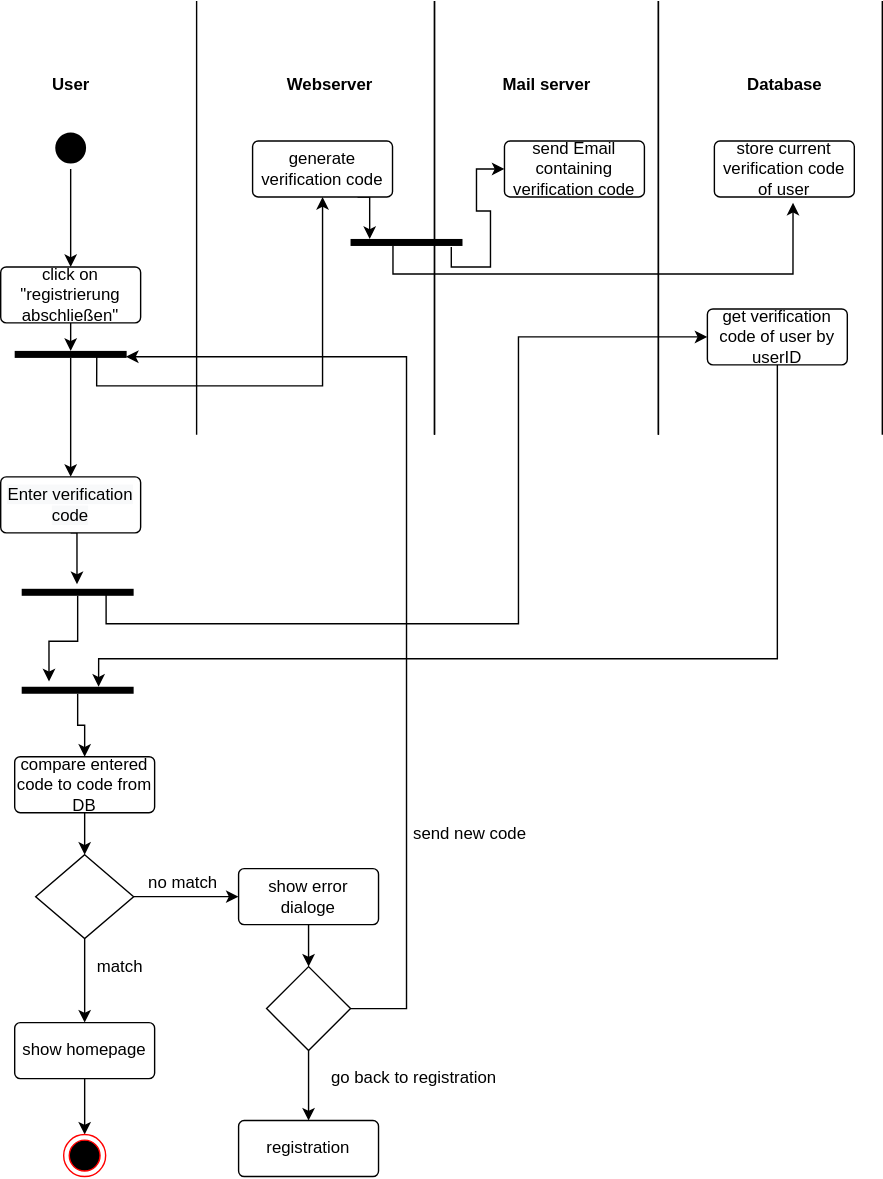
Above: ActivityDiagrams/verifyEmail.svg in DHBW-Experts/documents (draw.io), before the change. Source tidied: cells renumbered, new cells last; positions are measured from the earlier drawing's top-left corner, leaving out a move shared by most shapes.
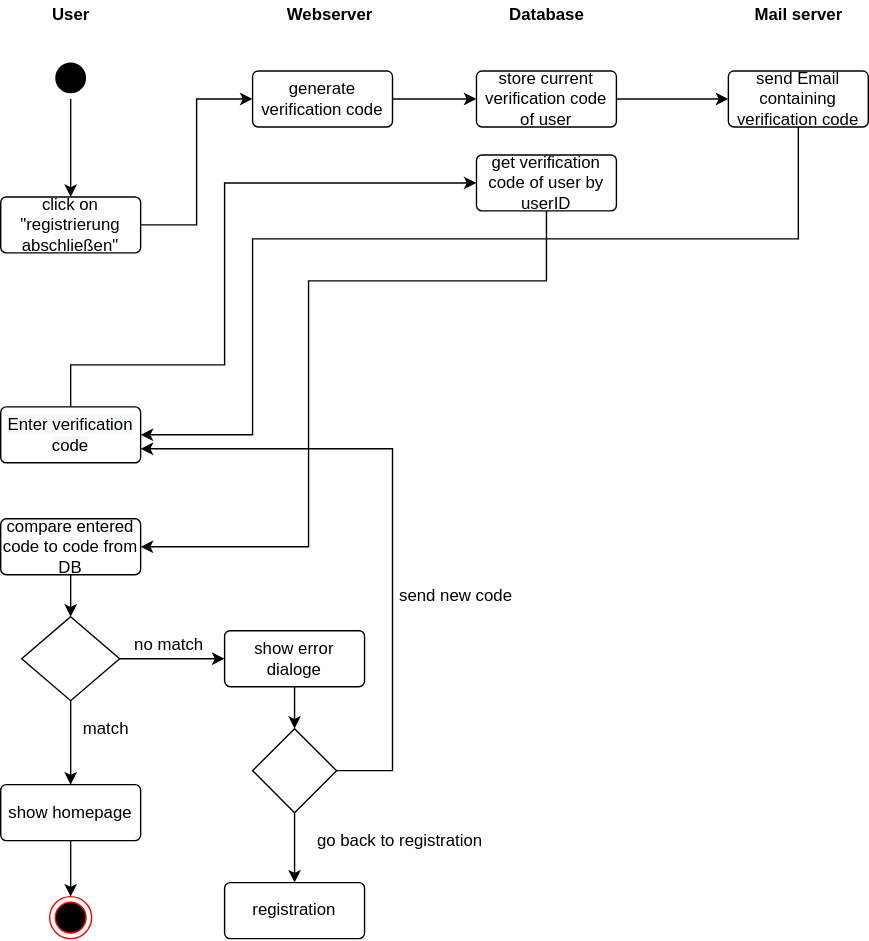
Later version of the same file.

Change to the diagram source:
```diff
@@ -6,10 +6,10 @@
       <mxGeometry x="30" y="50" width="40" height="20" as="geometry" />
     </mxCell>
     <mxCell id="3" value="&lt;b&gt;Mail server&lt;/b&gt;" style="text;html=1;align=center;verticalAlign=middle;strokeColor=none;fillColor=none;" parent="1" vertex="1">
-      <mxGeometry x="350" y="50" width="80" height="20" as="geometry" />
+      <mxGeometry x="530" y="50" width="80" height="20" as="geometry" />
     </mxCell>
     <mxCell id="4" value="&lt;b&gt;Database&lt;/b&gt;" style="text;html=1;align=center;verticalAlign=middle;strokeColor=none;fillColor=none;" parent="1" vertex="1">
-      <mxGeometry x="525" y="50" width="70" height="20" as="geometry" />
+      <mxGeometry x="355" y="50" width="70" height="20" as="geometry" />
     </mxCell>
     <mxCell id="5" style="edgeStyle=orthogonalEdgeStyle;rounded=0;jettySize=auto;html=1;" parent="1" edge="1" source="6" target="8">
       <mxGeometry relative="1" as="geometry" />
@@ -17,49 +17,59 @@
     <mxCell id="6" style="ellipse;html=1;shape=endState;fillColor=#000000;strokeColor=none;" parent="1" vertex="1">
       <mxGeometry x="35" y="90" width="30" height="30" as="geometry" />
     </mxCell>
-    <mxCell id="7" style="edgeStyle=orthogonalEdgeStyle;rounded=0;jettySize=auto;html=1;entryX=0.167;entryY=0.506;entryDx=0;entryDy=0;entryPerimeter=0;" parent="1" edge="1" source="8" target="39">
-      <mxGeometry relative="1" as="geometry" />
-    </mxCell>
+    <mxCell id="50" style="edgeStyle=orthogonalEdgeStyle;rounded=0;jettySize=auto;html=1;entryX=0;entryY=0.5;entryDx=0;entryDy=0;" parent="1" edge="1" source="8" target="32">
+      <mxGeometry relative="1" as="geometry" />
+    </mxCell>
     <mxCell id="8" value="click on &quot;registrierung abschließen&quot;" style="rounded=1;arcSize=10;whiteSpace=wrap;html=1;align=center;" parent="1" vertex="1">
       <mxGeometry y="190" width="100" height="40" as="geometry" />
     </mxCell>
+    <mxCell id="51" style="edgeStyle=orthogonalEdgeStyle;rounded=0;jettySize=auto;html=1;" parent="1" edge="1" source="9" target="13">
+      <mxGeometry relative="1" as="geometry">
+        <Array as="points">
+          <mxPoint x="570" y="220" />
+          <mxPoint x="180" y="220" />
+          <mxPoint x="180" y="360" />
+        </Array>
+      </mxGeometry>
+    </mxCell>
     <mxCell id="9" value="send Email containing verification code" style="rounded=1;arcSize=10;whiteSpace=wrap;html=1;align=center;" parent="1" vertex="1">
-      <mxGeometry x="360" y="100" width="100" height="40" as="geometry" />
+      <mxGeometry x="520" y="100" width="100" height="40" as="geometry" />
     </mxCell>
+    <mxCell id="52" style="edgeStyle=orthogonalEdgeStyle;rounded=0;jettySize=auto;html=1;" parent="1" edge="1" source="10" target="9">
+      <mxGeometry relative="1" as="geometry" />
+    </mxCell>
     <mxCell id="10" value="store current verification code of user" style="rounded=1;arcSize=10;whiteSpace=wrap;html=1;align=center;" parent="1" vertex="1">
-      <mxGeometry x="510" y="100" width="100" height="40" as="geometry" />
+      <mxGeometry x="340" y="100" width="100" height="40" as="geometry" />
     </mxCell>
-    <mxCell id="11" style="edgeStyle=orthogonalEdgeStyle;rounded=0;jettySize=auto;html=1;exitX=0.833;exitY=0.246;exitDx=0;exitDy=0;entryX=0;entryY=0.5;entryDx=0;entryDy=0;exitPerimeter=0;" parent="1" edge="1" source="41" target="15">
-      <mxGeometry relative="1" as="geometry">
-        <Array as="points">
-          <mxPoint x="75" y="445" />
-          <mxPoint x="370" y="445" />
-          <mxPoint x="370" y="240" />
-        </Array>
-      </mxGeometry>
-    </mxCell>
-    <mxCell id="12" style="edgeStyle=orthogonalEdgeStyle;rounded=0;jettySize=auto;html=1;exitX=0.5;exitY=1;exitDx=0;exitDy=0;entryX=-0.667;entryY=0.506;entryDx=0;entryDy=0;entryPerimeter=0;" parent="1" edge="1" source="13" target="41">
-      <mxGeometry relative="1" as="geometry" />
-    </mxCell>
+    <mxCell id="53" style="edgeStyle=orthogonalEdgeStyle;rounded=0;jettySize=auto;html=1;entryX=0;entryY=0.5;entryDx=0;entryDy=0;" parent="1" edge="1" source="13" target="15">
+      <mxGeometry relative="1" as="geometry">
+        <Array as="points">
+          <mxPoint x="50" y="310" />
+          <mxPoint x="160" y="310" />
+          <mxPoint x="160" y="180" />
+        </Array>
+      </mxGeometry>
+    </mxCell>
     <mxCell id="13" value="&#10;&#10;&lt;span style=&quot;color: rgb(0, 0, 0); font-family: helvetica; font-size: 12px; font-style: normal; font-weight: 400; letter-spacing: normal; text-align: center; text-indent: 0px; text-transform: none; word-spacing: 0px; background-color: rgb(248, 249, 250); display: inline; float: none;&quot;&gt;Enter verification code&lt;/span&gt;&#10;&#10;" style="rounded=1;arcSize=10;whiteSpace=wrap;html=1;align=center;" parent="1" vertex="1">
       <mxGeometry y="340" width="100" height="40" as="geometry" />
     </mxCell>
-    <mxCell id="14" style="edgeStyle=orthogonalEdgeStyle;rounded=0;jettySize=auto;html=1;exitX=0.5;exitY=1;exitDx=0;exitDy=0;entryX=0;entryY=0.313;entryDx=0;entryDy=0;entryPerimeter=0;" parent="1" edge="1" source="15" target="48">
-      <mxGeometry relative="1" as="geometry">
-        <Array as="points">
-          <mxPoint x="555" y="470" />
-          <mxPoint x="70" y="470" />
-        </Array>
-      </mxGeometry>
-    </mxCell>
+    <mxCell id="54" style="edgeStyle=orthogonalEdgeStyle;rounded=0;jettySize=auto;html=1;entryX=1;entryY=0.5;entryDx=0;entryDy=0;" parent="1" edge="1" source="15" target="17">
+      <mxGeometry relative="1" as="geometry">
+        <Array as="points">
+          <mxPoint x="390" y="250" />
+          <mxPoint x="220" y="250" />
+          <mxPoint x="220" y="440" />
+        </Array>
+      </mxGeometry>
+    </mxCell>
     <mxCell id="15" value="get verification code of user by userID" style="rounded=1;arcSize=10;whiteSpace=wrap;html=1;align=center;" parent="1" vertex="1">
-      <mxGeometry x="505" y="220" width="100" height="40" as="geometry" />
+      <mxGeometry x="340" y="160" width="100" height="40" as="geometry" />
     </mxCell>
     <mxCell id="16" style="edgeStyle=orthogonalEdgeStyle;rounded=0;jettySize=auto;html=1;entryX=0.5;entryY=0;entryDx=0;entryDy=0;" parent="1" edge="1" source="17" target="20">
       <mxGeometry relative="1" as="geometry" />
     </mxCell>
     <mxCell id="17" value="compare entered code to code from DB" style="rounded=1;arcSize=10;whiteSpace=wrap;html=1;align=center;" parent="1" vertex="1">
-      <mxGeometry x="10" y="540" width="100" height="40" as="geometry" />
+      <mxGeometry y="420" width="100" height="40" as="geometry" />
     </mxCell>
     <mxCell id="18" style="edgeStyle=orthogonalEdgeStyle;rounded=0;jettySize=auto;html=1;entryX=0.5;entryY=0;entryDx=0;entryDy=0;" parent="1" edge="1" source="20" target="22">
       <mxGeometry relative="1" as="geometry" />
@@ -68,107 +78,60 @@
       <mxGeometry relative="1" as="geometry" />
     </mxCell>
     <mxCell id="20" style="shape=rhombus;perimeter=rhombusPerimeter;whiteSpace=wrap;html=1;align=center;" parent="1" vertex="1">
-      <mxGeometry x="25" y="610" width="70" height="60" as="geometry" />
+      <mxGeometry x="15" y="490" width="70" height="60" as="geometry" />
     </mxCell>
     <mxCell id="21" style="edgeStyle=orthogonalEdgeStyle;rounded=0;jettySize=auto;html=1;entryX=0.5;entryY=0;entryDx=0;entryDy=0;" parent="1" edge="1" source="22" target="49">
       <mxGeometry relative="1" as="geometry" />
     </mxCell>
     <mxCell id="22" value="show homepage" style="rounded=1;arcSize=10;whiteSpace=wrap;html=1;align=center;" parent="1" vertex="1">
-      <mxGeometry x="10" y="730" width="100" height="40" as="geometry" />
+      <mxGeometry y="610" width="100" height="40" as="geometry" />
     </mxCell>
     <mxCell id="23" value="match" style="text;html=1;align=center;verticalAlign=middle;strokeColor=none;fillColor=none;" parent="1" vertex="1">
-      <mxGeometry x="60" y="680" width="50" height="20" as="geometry" />
+      <mxGeometry x="50" y="560" width="50" height="20" as="geometry" />
     </mxCell>
-    <mxCell id="24" style="edgeStyle=orthogonalEdgeStyle;rounded=0;jettySize=auto;html=1;entryX=0.833;entryY=0.006;entryDx=0;entryDy=0;exitX=1;exitY=0.5;exitDx=0;exitDy=0;entryPerimeter=0;" parent="1" edge="1" source="35" target="39">
-      <mxGeometry relative="1" as="geometry">
-        <Array as="points">
-          <mxPoint x="290" y="720" />
-          <mxPoint x="290" y="254" />
-        </Array>
-      </mxGeometry>
-    </mxCell>
     <mxCell id="25" style="edgeStyle=orthogonalEdgeStyle;rounded=0;jettySize=auto;html=1;entryX=0.5;entryY=0;entryDx=0;entryDy=0;" parent="1" edge="1" source="26" target="35">
       <mxGeometry relative="1" as="geometry" />
     </mxCell>
     <mxCell id="26" value="show error dialoge" style="rounded=1;arcSize=10;whiteSpace=wrap;html=1;align=center;" parent="1" vertex="1">
-      <mxGeometry x="170" y="620" width="100" height="40" as="geometry" />
+      <mxGeometry x="160" y="500" width="100" height="40" as="geometry" />
     </mxCell>
     <mxCell id="27" value="no match" style="text;html=1;align=center;verticalAlign=middle;strokeColor=none;fillColor=none;" parent="1" vertex="1">
-      <mxGeometry x="100" y="620" width="60" height="20" as="geometry" />
+      <mxGeometry x="90" y="500" width="60" height="20" as="geometry" />
     </mxCell>
     <mxCell id="28" value="&lt;b&gt;Webserver&lt;/b&gt;" style="text;html=1;align=center;verticalAlign=middle;strokeColor=none;fillColor=none;" parent="1" vertex="1">
       <mxGeometry x="195" y="50" width="80" height="20" as="geometry" />
     </mxCell>
-    <mxCell id="29" style="edgeStyle=orthogonalEdgeStyle;rounded=0;jettySize=auto;html=1;entryX=0;entryY=0.5;entryDx=0;entryDy=0;exitX=1.167;exitY=0.1;exitDx=0;exitDy=0;exitPerimeter=0;" parent="1" edge="1" source="46" target="9">
-      <mxGeometry relative="1" as="geometry">
-        <Array as="points">
-          <mxPoint x="322" y="190" />
-          <mxPoint x="350" y="190" />
-          <mxPoint x="350" y="150" />
-          <mxPoint x="340" y="150" />
-          <mxPoint x="340" y="120" />
-        </Array>
-      </mxGeometry>
-    </mxCell>
-    <mxCell id="30" style="edgeStyle=orthogonalEdgeStyle;rounded=0;jettySize=auto;html=1;exitX=0.75;exitY=1;exitDx=0;exitDy=0;entryX=0;entryY=0.829;entryDx=0;entryDy=0;entryPerimeter=0;" parent="1" edge="1" source="32" target="46">
-      <mxGeometry relative="1" as="geometry" />
-    </mxCell>
-    <mxCell id="31" style="edgeStyle=orthogonalEdgeStyle;rounded=0;jettySize=auto;html=1;exitX=0.833;exitY=0.267;exitDx=0;exitDy=0;exitPerimeter=0;" parent="1" edge="1" source="39" target="32">
-      <mxGeometry relative="1" as="geometry" />
-    </mxCell>
+    <mxCell id="55" style="edgeStyle=orthogonalEdgeStyle;rounded=0;jettySize=auto;html=1;entryX=0;entryY=0.5;entryDx=0;entryDy=0;" parent="1" edge="1" source="32" target="10">
+      <mxGeometry relative="1" as="geometry" />
+    </mxCell>
     <mxCell id="32" value="generate verification code" style="rounded=1;arcSize=10;whiteSpace=wrap;html=1;align=center;" parent="1" vertex="1">
       <mxGeometry x="180" y="100" width="100" height="40" as="geometry" />
     </mxCell>
     <mxCell id="33" value="send new code" style="text;html=1;align=center;verticalAlign=middle;strokeColor=none;fillColor=none;" parent="1" vertex="1">
-      <mxGeometry x="285" y="585" width="100" height="20" as="geometry" />
+      <mxGeometry x="275" y="465" width="100" height="20" as="geometry" />
     </mxCell>
     <mxCell id="34" style="edgeStyle=orthogonalEdgeStyle;rounded=0;jettySize=auto;html=1;" parent="1" edge="1" source="35" target="36">
       <mxGeometry relative="1" as="geometry" />
     </mxCell>
+    <mxCell id="56" style="edgeStyle=orthogonalEdgeStyle;rounded=0;jettySize=auto;html=1;entryX=1;entryY=0.75;entryDx=0;entryDy=0;" parent="1" edge="1" source="35" target="13">
+      <mxGeometry relative="1" as="geometry">
+        <Array as="points">
+          <mxPoint x="280" y="600" />
+          <mxPoint x="280" y="370" />
+        </Array>
+      </mxGeometry>
+    </mxCell>
     <mxCell id="35" style="shape=rhombus;perimeter=rhombusPerimeter;whiteSpace=wrap;html=1;align=center;" parent="1" vertex="1">
-      <mxGeometry x="190" y="690" width="60" height="60" as="geometry" />
+      <mxGeometry x="180" y="570" width="60" height="60" as="geometry" />
     </mxCell>
     <mxCell id="36" value="registration" style="rounded=1;arcSize=10;whiteSpace=wrap;html=1;align=center;" parent="1" vertex="1">
-      <mxGeometry x="170" y="800" width="100" height="40" as="geometry" />
+      <mxGeometry x="160" y="680" width="100" height="40" as="geometry" />
     </mxCell>
     <mxCell id="37" value="go back to registration" style="text;html=1;align=center;verticalAlign=middle;strokeColor=none;fillColor=none;" parent="1" vertex="1">
-      <mxGeometry x="230" y="760" width="130" height="20" as="geometry" />
+      <mxGeometry x="220" y="640" width="130" height="20" as="geometry" />
     </mxCell>
-    <mxCell id="38" style="edgeStyle=orthogonalEdgeStyle;rounded=0;jettySize=auto;html=1;" parent="1" edge="1" source="39" target="13">
-      <mxGeometry relative="1" as="geometry" />
-    </mxCell>
-    <mxCell id="39" style="html=1;points=[];perimeter=orthogonalPerimeter;fillColor=#000000;strokeColor=none;direction=south;" parent="1" vertex="1">
-      <mxGeometry x="10" y="250" width="80" height="5" as="geometry" />
-    </mxCell>
-    <mxCell id="40" style="edgeStyle=orthogonalEdgeStyle;rounded=0;jettySize=auto;html=1;entryX=-0.767;entryY=0.756;entryDx=0;entryDy=0;entryPerimeter=0;" parent="1" edge="1" source="41" target="48">
-      <mxGeometry relative="1" as="geometry" />
-    </mxCell>
-    <mxCell id="41" style="html=1;points=[];perimeter=orthogonalPerimeter;fillColor=#000000;strokeColor=none;direction=south;" parent="1" vertex="1">
-      <mxGeometry x="15" y="420" width="80" height="5" as="geometry" />
-    </mxCell>
-    <mxCell id="42" style="shape=partialRectangle;whiteSpace=wrap;html=1;top=0;bottom=0;fillColor=none;" parent="1" vertex="1">
-      <mxGeometry x="140" width="170" height="310" as="geometry" />
-    </mxCell>
-    <mxCell id="43" style="shape=partialRectangle;whiteSpace=wrap;html=1;top=0;bottom=0;fillColor=none;" parent="1" vertex="1">
-      <mxGeometry x="310" width="160" height="310" as="geometry" />
-    </mxCell>
-    <mxCell id="44" style="shape=partialRectangle;whiteSpace=wrap;html=1;top=0;bottom=0;fillColor=none;" parent="1" vertex="1">
-      <mxGeometry x="470" width="160" height="310" as="geometry" />
-    </mxCell>
-    <mxCell id="45" style="edgeStyle=orthogonalEdgeStyle;rounded=0;jettySize=auto;html=1;entryX=0.562;entryY=1.104;entryDx=0;entryDy=0;entryPerimeter=0;exitX=1;exitY=0.621;exitDx=0;exitDy=0;exitPerimeter=0;" parent="1" edge="1" source="46" target="10">
-      <mxGeometry relative="1" as="geometry" />
-    </mxCell>
-    <mxCell id="46" style="html=1;points=[];perimeter=orthogonalPerimeter;fillColor=#000000;strokeColor=none;direction=south;" parent="1" vertex="1">
-      <mxGeometry x="250" y="170" width="80" height="5" as="geometry" />
-    </mxCell>
-    <mxCell id="47" style="edgeStyle=orthogonalEdgeStyle;rounded=0;jettySize=auto;html=1;" parent="1" edge="1" source="48" target="17">
-      <mxGeometry relative="1" as="geometry" />
-    </mxCell>
-    <mxCell id="48" style="html=1;points=[];perimeter=orthogonalPerimeter;fillColor=#000000;strokeColor=none;direction=south;" parent="1" vertex="1">
-      <mxGeometry x="15" y="490" width="80" height="5" as="geometry" />
-    </mxCell>
     <mxCell id="49" style="ellipse;html=1;shape=endState;fillColor=#000000;strokeColor=#ff0000;" parent="1" vertex="1">
-      <mxGeometry x="45" y="810" width="30" height="30" as="geometry" />
+      <mxGeometry x="35" y="690" width="30" height="30" as="geometry" />
     </mxCell>
   </root>
 </mxGraphModel>
```
